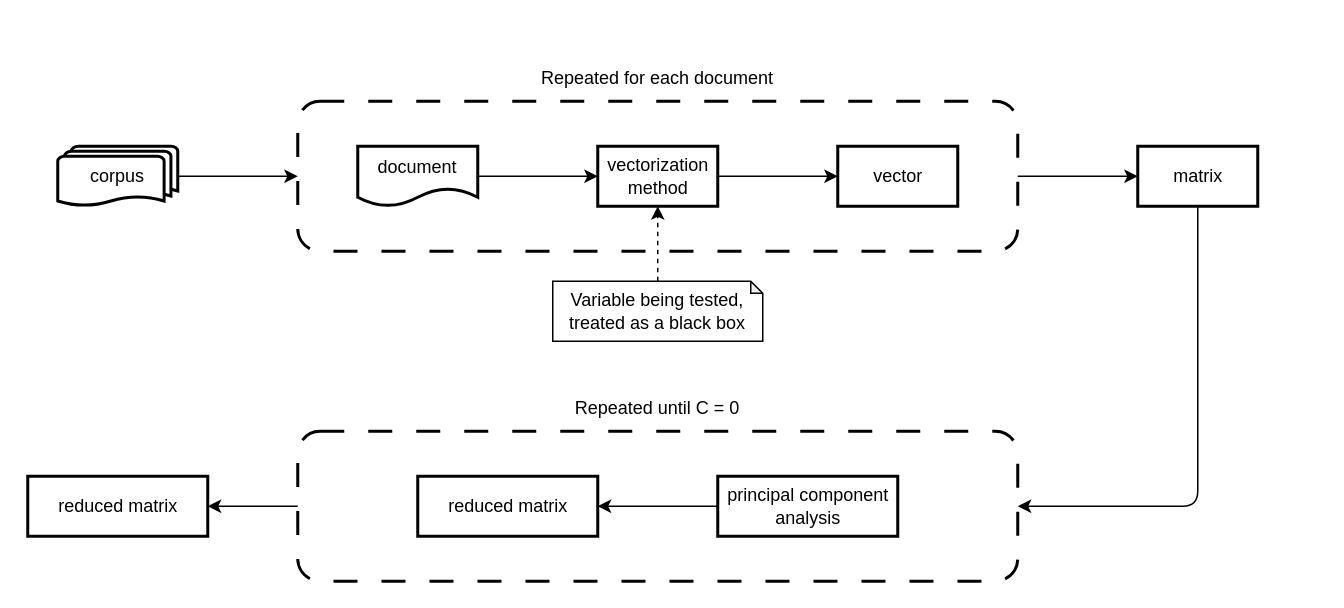
The draw.io diagram data_flow.drawio in LucEnden/stat, before the edit. Source tidied: cells renumbered, new cells numbered last; positions are measured from the earlier drawing's top-left corner, leaving out a move shared by most shapes. Both pictures are drawn from the tidied source at 150%, with x=0, y=0 at pixel (27, 56).
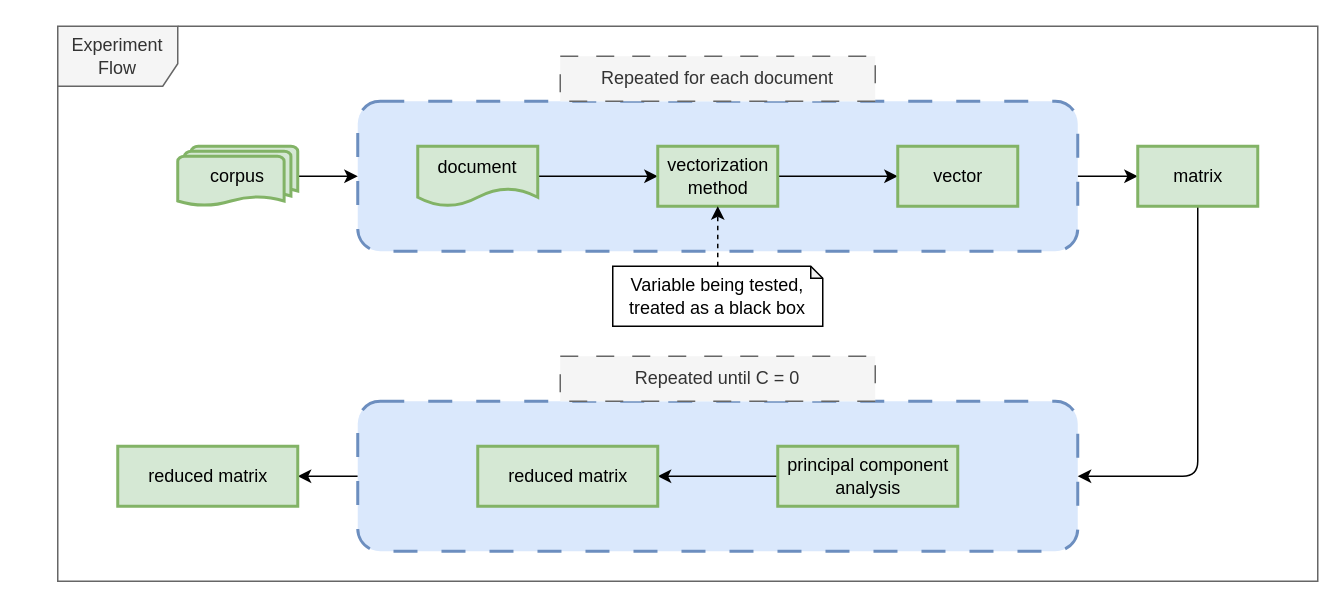
The same page after the edit.

Commit message (it also covers changes not shown here):
Finalized data_flow illustration

Change to the diagram source:
```diff
@@
-    <mxCell id="2" style="edgeStyle=none;html=1;" parent="1" edge="1" source="3" target="22">
+    <mxCell id="2" style="edgeStyle=none;html=1;strokeColor=#000000;" parent="1" edge="1" source="3" target="22">
       <mxGeometry relative="1" as="geometry" />
     </mxCell>
-    <mxCell id="3" style="rounded=1;whiteSpace=wrap;html=1;dashed=1;dashPattern=8 8;strokeWidth=2;fillColor=none;" parent="1" vertex="1">
-      <mxGeometry x="180" y="250" width="480" height="100" as="geometry" />
+    <mxCell id="3" style="rounded=1;whiteSpace=wrap;html=1;dashed=1;dashPattern=8 8;strokeWidth=2;fillColor=#dae8fc;strokeColor=#6c8ebf;" parent="1" vertex="1">
+      <mxGeometry x="220" y="230" width="480" height="100" as="geometry" />
     </mxCell>
-    <mxCell id="4" style="edgeStyle=none;html=1;" parent="1" edge="1" source="5" target="13">
+    <mxCell id="4" style="edgeStyle=none;html=1;strokeColor=#000000;" parent="1" edge="1" source="5" target="13">
       <mxGeometry relative="1" as="geometry" />
     </mxCell>
-    <mxCell id="5" style="rounded=1;whiteSpace=wrap;html=1;dashed=1;dashPattern=8 8;strokeWidth=2;fillColor=none;" parent="1" vertex="1">
-      <mxGeometry x="180" y="30" width="480" height="100" as="geometry" />
+    <mxCell id="5" style="rounded=1;whiteSpace=wrap;html=1;dashed=1;dashPattern=8 8;strokeWidth=2;fillColor=#dae8fc;strokeColor=#6c8ebf;" parent="1" vertex="1">
+      <mxGeometry x="220" y="30" width="480" height="100" as="geometry" />
     </mxCell>
-    <mxCell id="6" style="edgeStyle=none;html=1;entryX=0;entryY=0.5;entryDx=0;entryDy=0;" parent="1" edge="1" source="7" target="5">
+    <mxCell id="6" style="edgeStyle=none;html=1;entryX=0;entryY=0.5;entryDx=0;entryDy=0;strokeColor=#000000;" parent="1" edge="1" source="7" target="5">
       <mxGeometry relative="1" as="geometry" />
     </mxCell>
-    <mxCell id="7" value="corpus" style="strokeWidth=2;html=1;shape=mxgraph.flowchart.multi-document;whiteSpace=wrap;" parent="1" vertex="1">
-      <mxGeometry x="20" y="60" width="80" height="40" as="geometry" />
+    <mxCell id="7" value="corpus" style="strokeWidth=2;html=1;shape=mxgraph.flowchart.multi-document;whiteSpace=wrap;fillColor=#d5e8d4;strokeColor=#82b366;fontColor=#000000;" parent="1" vertex="1">
+      <mxGeometry x="100" y="60" width="80" height="40" as="geometry" />
     </mxCell>
-    <mxCell id="8" style="edgeStyle=none;html=1;" parent="1" edge="1" source="9" target="11">
+    <mxCell id="8" style="edgeStyle=none;html=1;strokeColor=#000000;" parent="1" edge="1" source="9" target="11">
       <mxGeometry relative="1" as="geometry" />
     </mxCell>
-    <mxCell id="9" value="document" style="shape=document;whiteSpace=wrap;html=1;boundedLbl=1;strokeWidth=2;" parent="1" vertex="1">
-      <mxGeometry x="220" y="60" width="80" height="40" as="geometry" />
+    <mxCell id="9" value="document" style="shape=document;whiteSpace=wrap;html=1;boundedLbl=1;strokeWidth=2;fillColor=#d5e8d4;strokeColor=#82b366;fontColor=#000000;" parent="1" vertex="1">
+      <mxGeometry x="260" y="60" width="80" height="40" as="geometry" />
     </mxCell>
-    <mxCell id="10" style="edgeStyle=none;html=1;" parent="1" edge="1" source="11" target="14">
+    <mxCell id="10" style="edgeStyle=none;html=1;strokeColor=#000000;" parent="1" edge="1" source="11" target="14">
       <mxGeometry relative="1" as="geometry" />
     </mxCell>
-    <mxCell id="11" value="vectorization&lt;br&gt;method" style="html=1;strokeWidth=2;" parent="1" vertex="1">
-      <mxGeometry x="380" y="60" width="80" height="40" as="geometry" />
+    <mxCell id="11" value="vectorization&lt;br&gt;method" style="html=1;strokeWidth=2;fillColor=#d5e8d4;strokeColor=#82b366;fontColor=#000000;" parent="1" vertex="1">
+      <mxGeometry x="420" y="60" width="80" height="40" as="geometry" />
     </mxCell>
-    <mxCell id="12" style="edgeStyle=none;html=1;entryX=1;entryY=0.5;entryDx=0;entryDy=0;" parent="1" edge="1" source="13" target="3">
+    <mxCell id="12" style="edgeStyle=none;html=1;entryX=1;entryY=0.5;entryDx=0;entryDy=0;strokeColor=#000000;" parent="1" edge="1" source="13" target="3">
       <mxGeometry relative="1" as="geometry">
         <Array as="points">
-          <mxPoint x="780" y="300" />
+          <mxPoint x="780" y="280" />
         </Array>
       </mxGeometry>
     </mxCell>
-    <mxCell id="13" value="matrix" style="html=1;strokeWidth=2;" parent="1" vertex="1">
+    <mxCell id="13" value="matrix" style="html=1;strokeWidth=2;fillColor=#d5e8d4;strokeColor=#82b366;fontColor=#000000;" parent="1" vertex="1">
       <mxGeometry x="740" y="60" width="80" height="40" as="geometry" />
     </mxCell>
-    <mxCell id="14" value="vector" style="html=1;strokeWidth=2;" parent="1" vertex="1">
-      <mxGeometry x="540" y="60" width="80" height="40" as="geometry" />
+    <mxCell id="14" value="vector" style="html=1;strokeWidth=2;fillColor=#d5e8d4;strokeColor=#82b366;fontColor=#000000;" parent="1" vertex="1">
+      <mxGeometry x="580" y="60" width="80" height="40" as="geometry" />
     </mxCell>
-    <mxCell id="15" style="edgeStyle=none;html=1;" parent="1" edge="1" source="16" target="17">
+    <mxCell id="15" style="edgeStyle=none;html=1;strokeColor=#000000;" parent="1" edge="1" source="16" target="17">
       <mxGeometry relative="1" as="geometry" />
     </mxCell>
-    <mxCell id="16" value="principal component&lt;br&gt;analysis" style="html=1;strokeWidth=2;" parent="1" vertex="1">
-      <mxGeometry x="460" y="280" width="120" height="40" as="geometry" />
+    <mxCell id="16" value="principal component&lt;br&gt;analysis" style="html=1;strokeWidth=2;fillColor=#d5e8d4;strokeColor=#82b366;fontColor=#000000;" parent="1" vertex="1">
+      <mxGeometry x="500" y="260" width="120" height="40" as="geometry" />
     </mxCell>
-    <mxCell id="17" value="reduced matrix" style="html=1;strokeWidth=2;" parent="1" vertex="1">
-      <mxGeometry x="260" y="280" width="120" height="40" as="geometry" />
+    <mxCell id="17" value="reduced matrix" style="html=1;strokeWidth=2;fillColor=#d5e8d4;strokeColor=#82b366;fontColor=#000000;" parent="1" vertex="1">
+      <mxGeometry x="300" y="260" width="120" height="40" as="geometry" />
     </mxCell>
-    <mxCell id="18" style="edgeStyle=none;html=1;dashed=1;" parent="1" edge="1" source="19" target="11">
+    <mxCell id="18" style="edgeStyle=none;html=1;dashed=1;strokeColor=#000000;" parent="1" edge="1" source="19" target="11">
       <mxGeometry relative="1" as="geometry" />
     </mxCell>
     <mxCell id="19" value="Variable being tested,&lt;br&gt;treated as a black box" style="shape=note;whiteSpace=wrap;html=1;backgroundOutline=1;darkOpacity=0.05;size=8;" parent="1" vertex="1">
-      <mxGeometry x="350" y="150" width="140" height="40" as="geometry" />
+      <mxGeometry x="390" y="140" width="140" height="40" as="geometry" />
     </mxCell>
-    <mxCell id="20" value="Repeated for each document" style="text;html=1;strokeColor=none;fillColor=none;align=center;verticalAlign=middle;whiteSpace=wrap;rounded=0;" parent="1" vertex="1">
-      <mxGeometry x="315" width="210" height="30" as="geometry" />
+    <mxCell id="20" value="Repeated for each document" style="text;html=1;strokeColor=#666666;fillColor=#f5f5f5;align=center;verticalAlign=middle;whiteSpace=wrap;rounded=0;dashed=1;dashPattern=12 12;fontColor=#333333;" parent="1" vertex="1">
+      <mxGeometry x="355" width="210" height="30" as="geometry" />
     </mxCell>
-    <mxCell id="21" value="Repeated until C = 0" style="text;html=1;strokeColor=none;fillColor=none;align=center;verticalAlign=middle;whiteSpace=wrap;rounded=0;" parent="1" vertex="1">
-      <mxGeometry x="315" y="220" width="210" height="30" as="geometry" />
+    <mxCell id="21" value="Repeated until C = 0" style="text;html=1;align=center;verticalAlign=middle;whiteSpace=wrap;rounded=0;fillColor=#f5f5f5;strokeColor=#666666;dashed=1;dashPattern=12 12;fontColor=#333333;" parent="1" vertex="1">
+      <mxGeometry x="355" y="200" width="210" height="30" as="geometry" />
     </mxCell>
-    <mxCell id="22" value="reduced matrix" style="html=1;strokeWidth=2;" parent="1" vertex="1">
-      <mxGeometry y="280" width="120" height="40" as="geometry" />
+    <mxCell id="22" value="reduced matrix" style="html=1;strokeWidth=2;fillColor=#d5e8d4;strokeColor=#82b366;fontColor=#000000;" parent="1" vertex="1">
+      <mxGeometry x="60" y="260" width="120" height="40" as="geometry" />
     </mxCell>
+    <mxCell id="23" value="Experiment Flow" style="shape=umlFrame;whiteSpace=wrap;html=1;strokeColor=#666666;fontColor=#333333;fillColor=#f5f5f5;width=80;height=40;" parent="1" vertex="1">
+      <mxGeometry x="20" y="-20" width="840" height="370" as="geometry" />
+    </mxCell>
```
